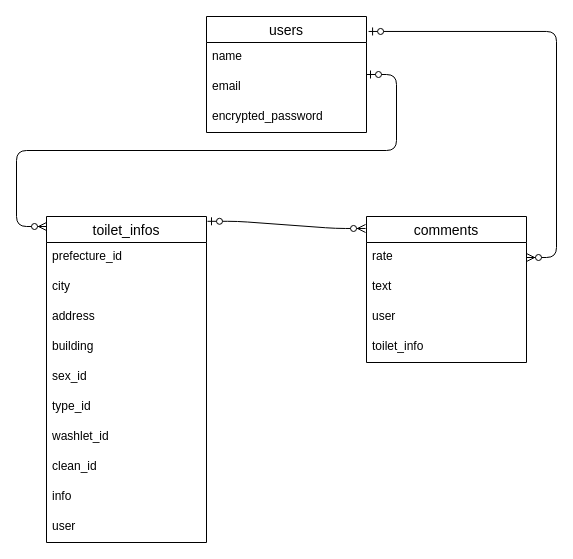
Before: toiletlog.dio in takumi9332/toiletlog, a draw.io diagram. Source tidied: cells renumbered, new cells numbered last; positions are measured from the earlier drawing's top-left corner, leaving out a move shared by most shapes. Both pictures are drawn from the tidied source at 100%, with x=0, y=0 at pixel (46, 16).
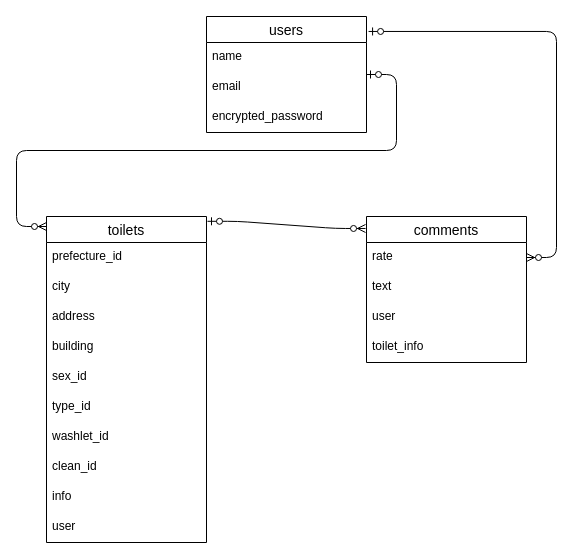
After the change.

Change to the diagram source:
```diff
@@
-    <mxCell id="7" value="toilet_infos" style="swimlane;fontStyle=0;horizontal=1;startSize=26;align=center;fontSize=14;" parent="1" vertex="1">
+    <mxCell id="7" value="toilets" style="swimlane;fontStyle=0;horizontal=1;startSize=26;align=center;fontSize=14;" parent="1" vertex="1">
       <mxGeometry y="200" width="160" height="326" as="geometry" />
     </mxCell>
```
